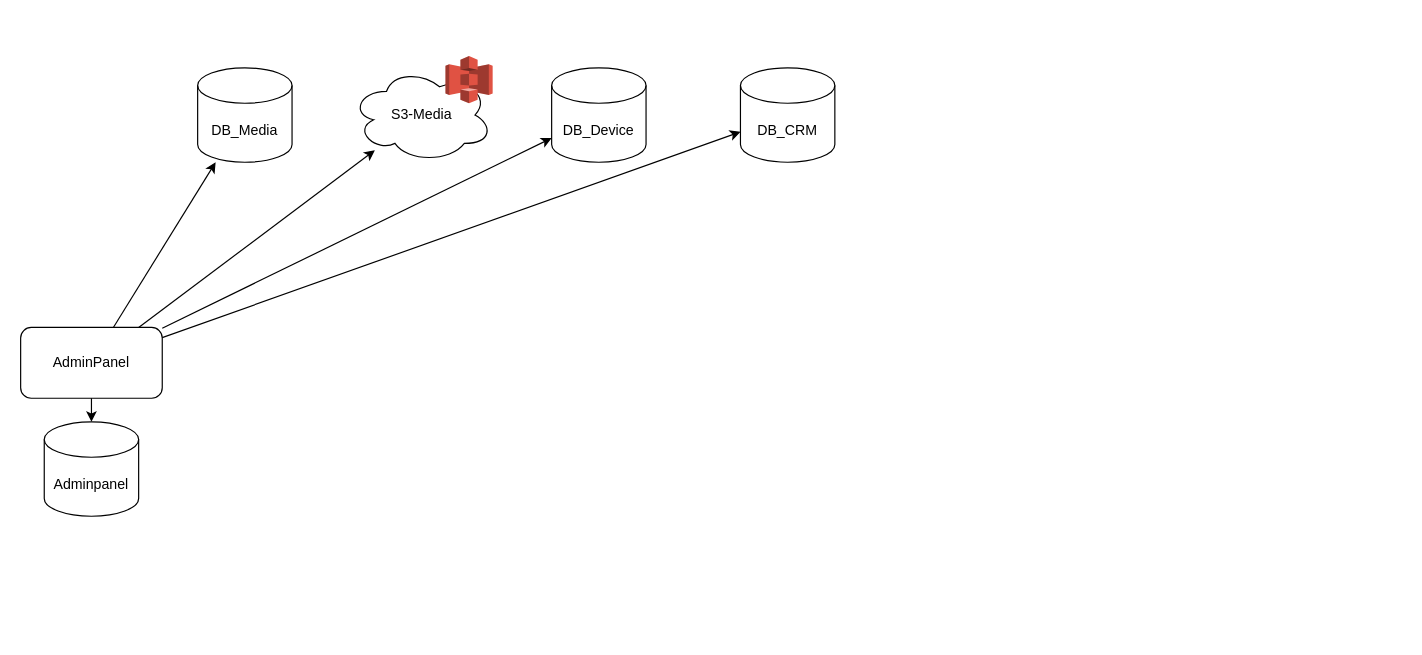
Before: page "Idea" (1 of 2) of Application-2.0.drawio in phobiavr/phober-diagram, a draw.io diagram. Source tidied: cells renumbered, new cells numbered last; positions are measured from the earlier drawing's top-left corner, leaving out a move shared by most shapes. Both pictures are drawn from the tidied source at 118%, with x=0, y=0 at pixel (20, 55). Pictures stored in the file or linked from it are replaced by grey dashed boxes.
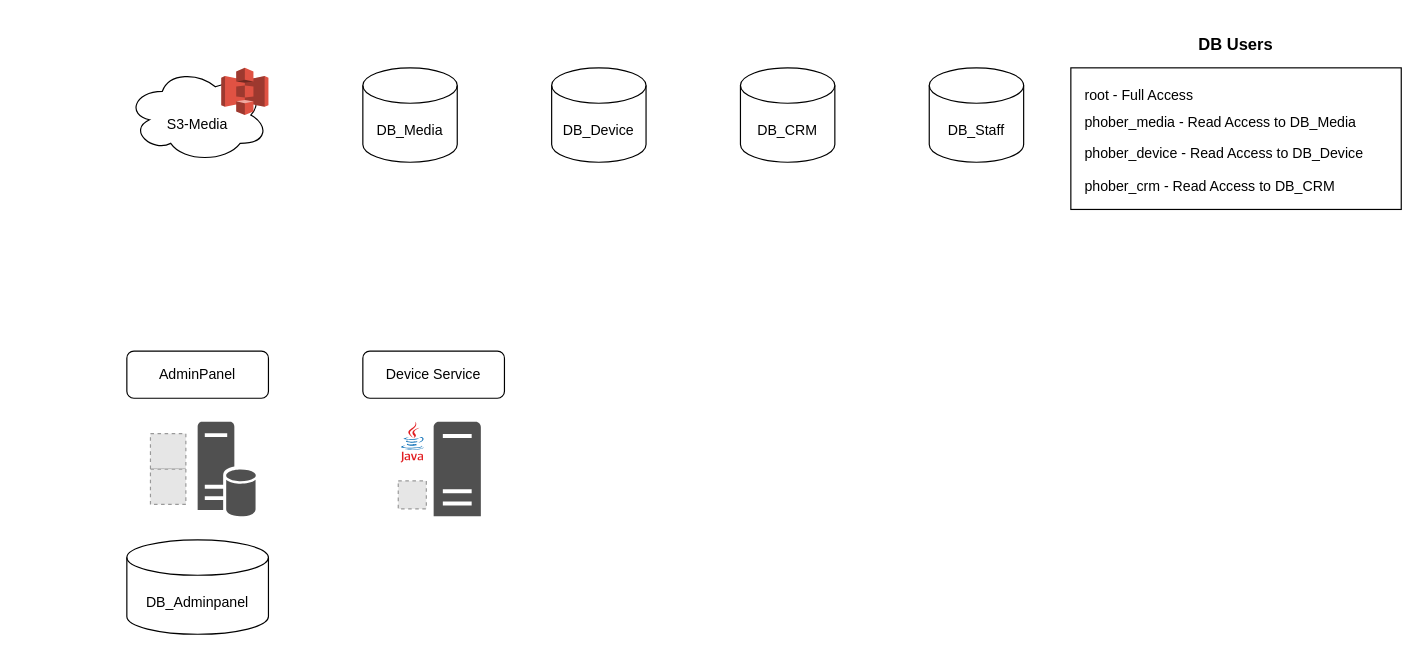
After the change.

The change refers to these unchanged cells:
```xml
<mxCell id="3" value="DB_Device" style="shape=cylinder3;whiteSpace=wrap;html=1;boundedLbl=1;backgroundOutline=1;size=15;" parent="1" vertex="1">
  <mxGeometry x="450" y="10" width="80" height="80" as="geometry" />
</mxCell>
```

What changed in the source:
```diff
@@
-    <mxCell id="2" value="AdminPanel" style="rounded=1;whiteSpace=wrap;html=1;" parent="1" vertex="1">
-      <mxGeometry y="230" width="120" height="60" as="geometry" />
-    </mxCell>
@@
     <mxCell id="4" value="DB_Media" style="shape=cylinder3;whiteSpace=wrap;html=1;boundedLbl=1;backgroundOutline=1;size=15;" parent="1" vertex="1">
-      <mxGeometry x="150" y="10" width="80" height="80" as="geometry" />
+      <mxGeometry x="290" y="10" width="80" height="80" as="geometry" />
     </mxCell>
+    <mxCell id="12" value="DB_CRM" style="shape=cylinder3;whiteSpace=wrap;html=1;boundedLbl=1;backgroundOutline=1;size=15;" parent="1" vertex="1">
+      <mxGeometry x="610" y="10" width="80" height="80" as="geometry" />
+    </mxCell>
+    <mxCell id="14" value="&lt;p style=&quot;line-height: 0.9 ; font-size: 12px&quot;&gt;&lt;span style=&quot;font-size: 12px&quot;&gt;root - Full Access&lt;/span&gt;&lt;/p&gt;&lt;p style=&quot;line-height: 0.9 ; font-size: 12px&quot;&gt;&lt;span style=&quot;font-size: 12px&quot;&gt;phober_media - Read Access to DB_Media&lt;/span&gt;&lt;br style=&quot;font-size: 12px&quot;&gt;&lt;/p&gt;&lt;p style=&quot;line-height: 1.4 ; font-size: 12px&quot;&gt;phober_device - Read Access to DB_Device&lt;/p&gt;&lt;p style=&quot;line-height: 1.4 ; font-size: 12px&quot;&gt;phober_crm - Read Access to DB_CRM&lt;/p&gt;&lt;p style=&quot;font-size: 12px&quot;&gt;&lt;/p&gt;" style="rounded=0;whiteSpace=wrap;html=1;align=left;verticalAlign=top;fontSize=12;spacingRight=0;spacingLeft=10;" parent="1" vertex="1">
+      <mxGeometry x="890" y="10" width="280" height="120" as="geometry" />
+    </mxCell>
+    <mxCell id="15" value="DB Users" style="text;html=1;strokeColor=none;fillColor=none;align=center;verticalAlign=middle;whiteSpace=wrap;rounded=0;fontSize=14;fontStyle=1;" parent="1" vertex="1">
+      <mxGeometry x="970" y="-30" width="120" height="40" as="geometry" />
+    </mxCell>
+    <mxCell id="16" value="DB_Staff" style="shape=cylinder3;whiteSpace=wrap;html=1;boundedLbl=1;backgroundOutline=1;size=15;" parent="1" vertex="1">
+      <mxGeometry x="770" y="10" width="80" height="80" as="geometry" />
+    </mxCell>
+    <mxCell id="17" style="group;" parent="1" vertex="1">
+      <mxGeometry x="90" y="10" width="120" height="80" as="geometry" />
+    </mxCell>
-    <mxCell id="5" value="S3-Media" style="ellipse;shape=cloud;whiteSpace=wrap;html=1;" parent="1" vertex="1">
-      <mxGeometry x="280" y="10" width="120" height="80" as="geometry" />
+    <mxCell id="5" value="&lt;br&gt;S3-Media" style="ellipse;shape=cloud;whiteSpace=wrap;html=1;" parent="17" vertex="1">
+      <mxGeometry width="120" height="80" as="geometry" />
     </mxCell>
-    <mxCell id="6" style="endArrow=classic;html=1;rounded=0;" parent="1" edge="1" source="2" target="3">
-      <mxGeometry relative="1" as="geometry" />
-    </mxCell>
-    <mxCell id="7" value="Adminpanel" style="shape=cylinder3;whiteSpace=wrap;html=1;boundedLbl=1;backgroundOutline=1;size=15;" parent="1" vertex="1">
-      <mxGeometry x="20" y="310" width="80" height="80" as="geometry" />
-    </mxCell>
-    <mxCell id="8" style="endArrow=classic;html=1;rounded=0;exitX=0.5;exitY=1;exitDx=0;exitDy=0;" parent="1" edge="1" source="2" target="7">
-      <mxGeometry relative="1" as="geometry" />
-    </mxCell>
-    <mxCell id="9" style="endArrow=classic;html=1;rounded=0;" parent="1" edge="1" source="2" target="4">
-      <mxGeometry relative="1" as="geometry" />
-    </mxCell>
-    <mxCell id="10" style="endArrow=classic;startArrow=none;html=1;rounded=0;startFill=0;" parent="1" edge="1" source="2" target="5">
-      <mxGeometry relative="1" as="geometry" />
-    </mxCell>
-    <mxCell id="11" style="dashed=0;verticalLabelPosition=bottom;verticalAlign=top;align=center;html=1;shape=mxgraph.aws3.s3;fillColor=#E05243;gradientColor=none;" parent="1" vertex="1">
-      <mxGeometry x="360" width="40" height="40" as="geometry" />
+    <mxCell id="11" style="dashed=0;verticalLabelPosition=bottom;verticalAlign=top;align=center;html=1;shape=mxgraph.aws3.s3;fillColor=#E05243;gradientColor=none;" parent="17" vertex="1">
+      <mxGeometry x="80" width="40" height="40" as="geometry" />
     </mxCell>
-    <mxCell id="12" value="DB_CRM" style="shape=cylinder3;whiteSpace=wrap;html=1;boundedLbl=1;backgroundOutline=1;size=15;" parent="1" vertex="1">
-      <mxGeometry x="610" y="10" width="80" height="80" as="geometry" />
-    </mxCell>
-    <mxCell id="13" style="endArrow=classic;html=1;rounded=0;" parent="1" edge="1" source="2" target="12">
-      <mxGeometry relative="1" as="geometry" />
-    </mxCell>
+    <mxCell id="18" style="group;labelBackgroundColor=none;labelBorderColor=none;fontColor=default;" parent="1" vertex="1">
+      <mxGeometry x="90" y="250" width="120" height="240" as="geometry" />
+    </mxCell>
+    <mxCell id="2" value="AdminPanel" style="rounded=1;whiteSpace=wrap;html=1;" parent="18" vertex="1">
+      <mxGeometry width="120" height="40" as="geometry" />
+    </mxCell>
+    <mxCell id="19" style="group;" parent="18" vertex="1">
+      <mxGeometry x="10" y="60" width="100" height="80" as="geometry" />
+    </mxCell>
+    <mxCell id="20" style="sketch=0;shadow=0;dashed=0;html=1;strokeColor=none;fillColor=#505050;labelPosition=center;verticalLabelPosition=bottom;verticalAlign=top;align=center;shape=mxgraph.office.servers.database_server;rounded=0;fontSize=13;" parent="19" vertex="1">
+      <mxGeometry x="50" width="50" height="80" as="geometry" />
+    </mxCell>
+    <mxCell id="21" style="fillColor=#E6E6E6;strokeColor=#999999;dashed=1;html=1;verticalAlign=top;verticalLabelPosition=bottom;labelBackgroundColor=#ffffff;" parent="19" vertex="1">
+      <mxGeometry x="10" y="10" width="30" height="30" as="geometry" />
+    </mxCell>
+    <mxCell id="22" style="fillColor=#E6E6E6;strokeColor=#999999;dashed=1;html=1;verticalAlign=top;verticalLabelPosition=bottom;labelBackgroundColor=#ffffff;" parent="19" vertex="1">
+      <mxGeometry x="10" y="40" width="30" height="30" as="geometry" />
+    </mxCell>
+    <mxCell id="23" value="DB_Adminpanel" style="shape=cylinder3;whiteSpace=wrap;html=1;boundedLbl=1;backgroundOutline=1;size=15;" parent="18" vertex="1">
+      <mxGeometry y="160" width="120" height="80" as="geometry" />
+    </mxCell>
+    <mxCell id="24" style="group;" parent="1" vertex="1">
+      <mxGeometry x="290" y="250" width="120" height="140" as="geometry" />
+    </mxCell>
+    <mxCell id="25" value="Device Service" style="rounded=1;whiteSpace=wrap;html=1;" parent="24" vertex="1">
+      <mxGeometry width="120" height="40" as="geometry" />
+    </mxCell>
+    <mxCell id="26" style="group;" parent="24" vertex="1">
+      <mxGeometry x="10" y="60" width="100" height="80" as="geometry" />
+    </mxCell>
+    <mxCell id="27" style="sketch=0;shadow=0;dashed=0;html=1;strokeColor=none;fillColor=#505050;labelPosition=center;verticalLabelPosition=bottom;verticalAlign=top;align=center;shape=mxgraph.office.servers.server_generic;" parent="26" vertex="1">
+      <mxGeometry x="50" width="40" height="80" as="geometry" />
+    </mxCell>
+    <mxCell id="28" style="dashed=0;html=1;align=center;labelPosition=center;verticalLabelPosition=bottom;verticalAlign=top;shape=mxgraph.weblogos.java;" parent="26" vertex="1">
+      <mxGeometry x="21.9" width="20" height="34.5" as="geometry" />
+    </mxCell>
+    <mxCell id="29" style="fillColor=#E6E6E6;strokeColor=#999999;dashed=1;verticalLabelPosition=bottom;labelBackgroundColor=default;verticalAlign=top;" parent="26" vertex="1">
+      <mxGeometry x="20" y="50" width="23.8" height="23.8" as="geometry" />
+    </mxCell>
```
